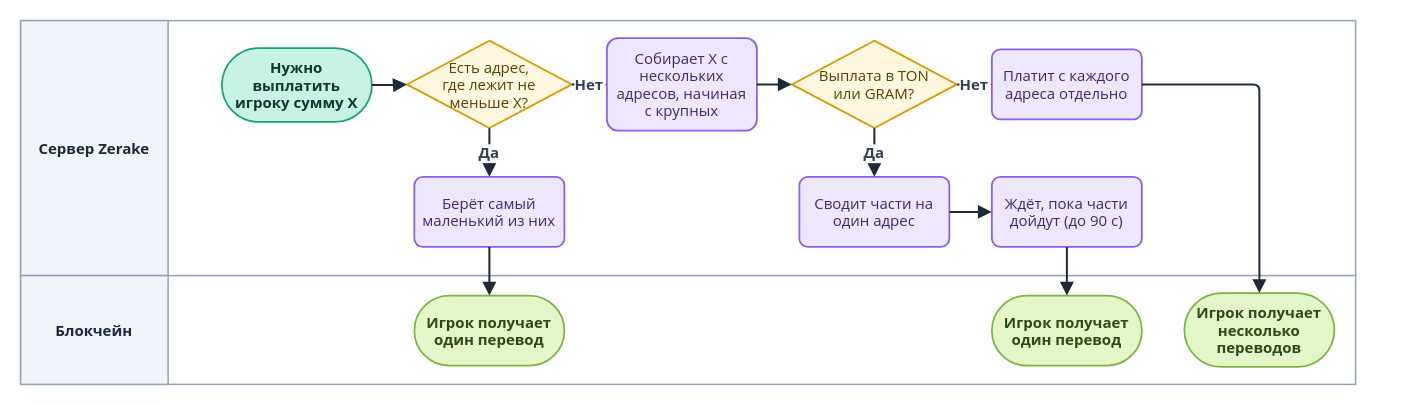
Before: diagrams/drawio/payout-sources.drawio in LILSUFFER/zerake-docs, a draw.io diagram. Source tidied: cells renumbered, new cells numbered last; positions are measured from the earlier drawing's top-left corner, leaving out a move shared by most shapes. Both pictures are drawn from the tidied source at 125%, with x=0, y=0 at pixel (20, 20).
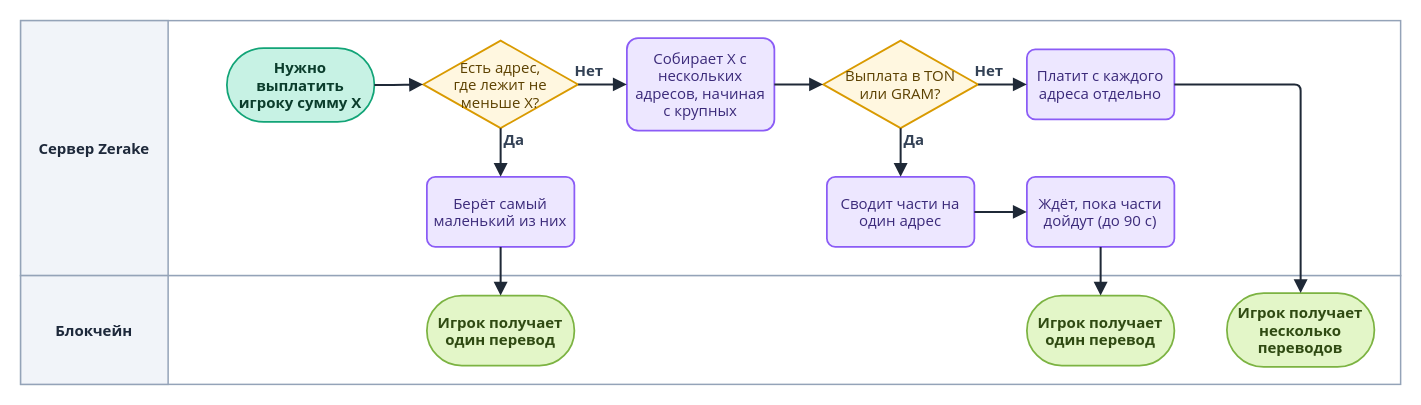
The same diagram, later.

What changed in the source:
```diff
@@
     <mxCell id="2" style="rounded=0;html=0;fillColor=#FFFFFF;strokeColor=#94A3B8;strokeWidth=1.2;" parent="1" vertex="1">
-      <mxGeometry width="1068" height="204" as="geometry" />
+      <mxGeometry width="1104" height="204" as="geometry" />
     </mxCell>
@@
     <mxCell id="4" style="rounded=0;html=0;fillColor=#FFFFFF;strokeColor=#94A3B8;strokeWidth=1.2;" parent="1" vertex="1">
-      <mxGeometry y="204" width="1068" height="87" as="geometry" />
+      <mxGeometry y="204" width="1104" height="87" as="geometry" />
     </mxCell>
@@
     <mxCell id="6" value="Нужно&#10;выплатить&#10;игроку сумму X" style="rounded=1;arcSize=50;html=0;fontStyle=1;fillColor=#C7F2E4;strokeColor=#12A477;fontColor=#0B3D2C;fontFamily=Segoe UI;fontSize=12;strokeWidth=1.4;" parent="1" vertex="1">
-      <mxGeometry x="161" y="22" width="120" height="59" as="geometry" />
+      <mxGeometry x="165" y="22" width="118" height="59" as="geometry" />
     </mxCell>
     <mxCell id="7" value="Есть адрес,&#10;где лежит не&#10;меньше X?" style="rhombus;html=0;fillColor=#FFF7E0;strokeColor=#D99A00;fontColor=#5C4100;fontFamily=Segoe UI;fontSize=12;strokeWidth=1.4;" parent="1" vertex="1">
-      <mxGeometry x="309" y="16" width="132" height="70" as="geometry" />
+      <mxGeometry x="322" y="16" width="124" height="70" as="geometry" />
     </mxCell>
     <mxCell id="8" value="Берёт самый&#10;маленький из них" style="rounded=1;arcSize=12;html=0;fillColor=#EDE7FF;strokeColor=#8B5CF6;fontColor=#3B2A7A;fontFamily=Segoe UI;fontSize=12;strokeWidth=1.4;" parent="1" vertex="1">
-      <mxGeometry x="315" y="125" width="120" height="56" as="geometry" />
+      <mxGeometry x="325" y="125" width="118" height="56" as="geometry" />
     </mxCell>
     <mxCell id="9" value="Игрок получает&#10;один перевод" style="rounded=1;arcSize=50;html=0;fontStyle=1;fillColor=#E3F6C8;strokeColor=#7CB342;fontColor=#2F4A12;fontFamily=Segoe UI;fontSize=12;strokeWidth=1.4;" parent="1" vertex="1">
-      <mxGeometry x="315" y="220" width="120" height="56" as="geometry" />
+      <mxGeometry x="325" y="220" width="118" height="56" as="geometry" />
     </mxCell>
     <mxCell id="10" value="Собирает X с&#10;нескольких&#10;адресов, начиная&#10;с крупных" style="rounded=1;arcSize=12;html=0;fillColor=#EDE7FF;strokeColor=#8B5CF6;fontColor=#3B2A7A;fontFamily=Segoe UI;fontSize=12;strokeWidth=1.4;" parent="1" vertex="1">
-      <mxGeometry x="469" y="14" width="120" height="74" as="geometry" />
+      <mxGeometry x="485" y="14" width="118" height="74" as="geometry" />
     </mxCell>
     <mxCell id="11" value="Выплата в TON&#10;или GRAM?" style="rhombus;html=0;fillColor=#FFF7E0;strokeColor=#D99A00;fontColor=#5C4100;fontFamily=Segoe UI;fontSize=12;strokeWidth=1.4;" parent="1" vertex="1">
-      <mxGeometry x="617" y="16" width="132" height="70" as="geometry" />
+      <mxGeometry x="642" y="16" width="124" height="70" as="geometry" />
     </mxCell>
     <mxCell id="12" value="Сводит части на&#10;один адрес" style="rounded=1;arcSize=12;html=0;fillColor=#EDE7FF;strokeColor=#8B5CF6;fontColor=#3B2A7A;fontFamily=Segoe UI;fontSize=12;strokeWidth=1.4;" parent="1" vertex="1">
-      <mxGeometry x="623" y="125" width="120" height="56" as="geometry" />
+      <mxGeometry x="645" y="125" width="118" height="56" as="geometry" />
     </mxCell>
     <mxCell id="13" value="Ждёт, пока части&#10;дойдут (до 90 с)" style="rounded=1;arcSize=12;html=0;fillColor=#EDE7FF;strokeColor=#8B5CF6;fontColor=#3B2A7A;fontFamily=Segoe UI;fontSize=12;strokeWidth=1.4;" parent="1" vertex="1">
-      <mxGeometry x="777" y="125" width="120" height="56" as="geometry" />
+      <mxGeometry x="805" y="125" width="118" height="56" as="geometry" />
     </mxCell>
     <mxCell id="14" value="Игрок получает&#10;один перевод" style="rounded=1;arcSize=50;html=0;fontStyle=1;fillColor=#E3F6C8;strokeColor=#7CB342;fontColor=#2F4A12;fontFamily=Segoe UI;fontSize=12;strokeWidth=1.4;" parent="1" vertex="1">
-      <mxGeometry x="777" y="220" width="120" height="56" as="geometry" />
+      <mxGeometry x="805" y="220" width="118" height="56" as="geometry" />
     </mxCell>
     <mxCell id="15" value="Платит с каждого&#10;адреса отдельно" style="rounded=1;arcSize=12;html=0;fillColor=#EDE7FF;strokeColor=#8B5CF6;fontColor=#3B2A7A;fontFamily=Segoe UI;fontSize=12;strokeWidth=1.4;" parent="1" vertex="1">
-      <mxGeometry x="777" y="23" width="120" height="56" as="geometry" />
+      <mxGeometry x="805" y="23" width="118" height="56" as="geometry" />
     </mxCell>
     <mxCell id="16" value="Игрок получает&#10;несколько&#10;переводов" style="rounded=1;arcSize=50;html=0;fontStyle=1;fillColor=#E3F6C8;strokeColor=#7CB342;fontColor=#2F4A12;fontFamily=Segoe UI;fontSize=12;strokeWidth=1.4;" parent="1" vertex="1">
-      <mxGeometry x="931" y="218" width="120" height="59" as="geometry" />
+      <mxGeometry x="965" y="218" width="118" height="59" as="geometry" />
     </mxCell>
-    <mxCell id="17" style="edgeStyle=orthogonalEdgeStyle;rounded=1;arcSize=10;jettySize=auto;html=0;strokeColor=#1F2937;strokeWidth=1.6;endArrow=block;endFill=1;endSize=7;fontFamily=Segoe UI;fontSize=12;fontStyle=1;fontColor=#334155;labelBackgroundColor=#FFFFFF;" parent="1" edge="1" source="6" target="7">
+    <mxCell id="17" style="edgeStyle=orthogonalEdgeStyle;rounded=1;arcSize=10;jettySize=auto;html=0;strokeColor=#1F2937;strokeWidth=1.6;endArrow=block;endFill=1;endSize=7;fontFamily=Segoe UI;fontSize=12;fontStyle=1;fontColor=#334155;labelBackgroundColor=none;" parent="1" edge="1" source="6" target="7">
       <mxGeometry relative="1" as="geometry" />
     </mxCell>
-    <mxCell id="18" value="Да" style="edgeStyle=orthogonalEdgeStyle;rounded=1;arcSize=10;jettySize=auto;html=0;strokeColor=#1F2937;strokeWidth=1.6;endArrow=block;endFill=1;endSize=7;fontFamily=Segoe UI;fontSize=12;fontStyle=1;fontColor=#334155;labelBackgroundColor=#FFFFFF;" parent="1" edge="1" source="7" target="8">
-      <mxGeometry relative="1" as="geometry" />
+    <mxCell id="18" value="Да" style="edgeStyle=orthogonalEdgeStyle;rounded=1;arcSize=10;jettySize=auto;html=0;strokeColor=#1F2937;strokeWidth=1.6;endArrow=block;endFill=1;endSize=7;fontFamily=Segoe UI;fontSize=12;fontStyle=1;fontColor=#334155;labelBackgroundColor=none;" parent="1" edge="1" source="7" target="8">
+      <mxGeometry x="-0.55" y="11" relative="1" as="geometry" />
     </mxCell>
-    <mxCell id="19" style="edgeStyle=orthogonalEdgeStyle;rounded=1;arcSize=10;jettySize=auto;html=0;strokeColor=#1F2937;strokeWidth=1.6;endArrow=block;endFill=1;endSize=7;fontFamily=Segoe UI;fontSize=12;fontStyle=1;fontColor=#334155;labelBackgroundColor=#FFFFFF;" parent="1" edge="1" source="8" target="9">
+    <mxCell id="19" style="edgeStyle=orthogonalEdgeStyle;rounded=1;arcSize=10;jettySize=auto;html=0;strokeColor=#1F2937;strokeWidth=1.6;endArrow=block;endFill=1;endSize=7;fontFamily=Segoe UI;fontSize=12;fontStyle=1;fontColor=#334155;labelBackgroundColor=none;" parent="1" edge="1" source="8" target="9">
       <mxGeometry relative="1" as="geometry" />
     </mxCell>
-    <mxCell id="20" value="Нет" style="edgeStyle=orthogonalEdgeStyle;rounded=1;arcSize=10;jettySize=auto;html=0;strokeColor=#1F2937;strokeWidth=1.6;endArrow=block;endFill=1;endSize=7;fontFamily=Segoe UI;fontSize=12;fontStyle=1;fontColor=#334155;labelBackgroundColor=#FFFFFF;" parent="1" edge="1" source="7" target="10">
-      <mxGeometry relative="1" as="geometry" />
+    <mxCell id="20" value="Нет" style="edgeStyle=orthogonalEdgeStyle;rounded=1;arcSize=10;jettySize=auto;html=0;strokeColor=#1F2937;strokeWidth=1.6;endArrow=block;endFill=1;endSize=7;fontFamily=Segoe UI;fontSize=12;fontStyle=1;fontColor=#334155;labelBackgroundColor=none;" parent="1" edge="1" source="7" target="10">
+      <mxGeometry x="-0.55" y="11" relative="1" as="geometry" />
     </mxCell>
-    <mxCell id="21" style="edgeStyle=orthogonalEdgeStyle;rounded=1;arcSize=10;jettySize=auto;html=0;strokeColor=#1F2937;strokeWidth=1.6;endArrow=block;endFill=1;endSize=7;fontFamily=Segoe UI;fontSize=12;fontStyle=1;fontColor=#334155;labelBackgroundColor=#FFFFFF;" parent="1" edge="1" source="10" target="11">
+    <mxCell id="21" style="edgeStyle=orthogonalEdgeStyle;rounded=1;arcSize=10;jettySize=auto;html=0;strokeColor=#1F2937;strokeWidth=1.6;endArrow=block;endFill=1;endSize=7;fontFamily=Segoe UI;fontSize=12;fontStyle=1;fontColor=#334155;labelBackgroundColor=none;" parent="1" edge="1" source="10" target="11">
       <mxGeometry relative="1" as="geometry" />
     </mxCell>
-    <mxCell id="22" value="Да" style="edgeStyle=orthogonalEdgeStyle;rounded=1;arcSize=10;jettySize=auto;html=0;strokeColor=#1F2937;strokeWidth=1.6;endArrow=block;endFill=1;endSize=7;fontFamily=Segoe UI;fontSize=12;fontStyle=1;fontColor=#334155;labelBackgroundColor=#FFFFFF;" parent="1" edge="1" source="11" target="12">
-      <mxGeometry relative="1" as="geometry" />
+    <mxCell id="22" value="Да" style="edgeStyle=orthogonalEdgeStyle;rounded=1;arcSize=10;jettySize=auto;html=0;strokeColor=#1F2937;strokeWidth=1.6;endArrow=block;endFill=1;endSize=7;fontFamily=Segoe UI;fontSize=12;fontStyle=1;fontColor=#334155;labelBackgroundColor=none;" parent="1" edge="1" source="11" target="12">
+      <mxGeometry x="-0.55" y="11" relative="1" as="geometry" />
     </mxCell>
-    <mxCell id="23" style="edgeStyle=orthogonalEdgeStyle;rounded=1;arcSize=10;jettySize=auto;html=0;strokeColor=#1F2937;strokeWidth=1.6;endArrow=block;endFill=1;endSize=7;fontFamily=Segoe UI;fontSize=12;fontStyle=1;fontColor=#334155;labelBackgroundColor=#FFFFFF;" parent="1" edge="1" source="12" target="13">
+    <mxCell id="23" style="edgeStyle=orthogonalEdgeStyle;rounded=1;arcSize=10;jettySize=auto;html=0;strokeColor=#1F2937;strokeWidth=1.6;endArrow=block;endFill=1;endSize=7;fontFamily=Segoe UI;fontSize=12;fontStyle=1;fontColor=#334155;labelBackgroundColor=none;" parent="1" edge="1" source="12" target="13">
       <mxGeometry relative="1" as="geometry" />
     </mxCell>
-    <mxCell id="24" style="edgeStyle=orthogonalEdgeStyle;rounded=1;arcSize=10;jettySize=auto;html=0;strokeColor=#1F2937;strokeWidth=1.6;endArrow=block;endFill=1;endSize=7;fontFamily=Segoe UI;fontSize=12;fontStyle=1;fontColor=#334155;labelBackgroundColor=#FFFFFF;" parent="1" edge="1" source="13" target="14">
+    <mxCell id="24" style="edgeStyle=orthogonalEdgeStyle;rounded=1;arcSize=10;jettySize=auto;html=0;strokeColor=#1F2937;strokeWidth=1.6;endArrow=block;endFill=1;endSize=7;fontFamily=Segoe UI;fontSize=12;fontStyle=1;fontColor=#334155;labelBackgroundColor=none;" parent="1" edge="1" source="13" target="14">
       <mxGeometry relative="1" as="geometry" />
     </mxCell>
-    <mxCell id="25" value="Нет" style="edgeStyle=orthogonalEdgeStyle;rounded=1;arcSize=10;jettySize=auto;html=0;strokeColor=#1F2937;strokeWidth=1.6;endArrow=block;endFill=1;endSize=7;fontFamily=Segoe UI;fontSize=12;fontStyle=1;fontColor=#334155;labelBackgroundColor=#FFFFFF;" parent="1" edge="1" source="11" target="15">
-      <mxGeometry relative="1" as="geometry" />
+    <mxCell id="25" value="Нет" style="edgeStyle=orthogonalEdgeStyle;rounded=1;arcSize=10;jettySize=auto;html=0;strokeColor=#1F2937;strokeWidth=1.6;endArrow=block;endFill=1;endSize=7;fontFamily=Segoe UI;fontSize=12;fontStyle=1;fontColor=#334155;labelBackgroundColor=none;" parent="1" edge="1" source="11" target="15">
+      <mxGeometry x="-0.55" y="11" relative="1" as="geometry" />
     </mxCell>
-    <mxCell id="26" style="edgeStyle=orthogonalEdgeStyle;rounded=1;arcSize=10;jettySize=auto;html=0;strokeColor=#1F2937;strokeWidth=1.6;endArrow=block;endFill=1;endSize=7;fontFamily=Segoe UI;fontSize=12;fontStyle=1;fontColor=#334155;labelBackgroundColor=#FFFFFF;exitX=1;exitY=0.5;entryX=0.5;entryY=0;" parent="1" edge="1" source="15" target="16">
+    <mxCell id="26" style="edgeStyle=orthogonalEdgeStyle;rounded=1;arcSize=10;jettySize=auto;html=0;strokeColor=#1F2937;strokeWidth=1.6;endArrow=block;endFill=1;endSize=7;fontFamily=Segoe UI;fontSize=12;fontStyle=1;fontColor=#334155;labelBackgroundColor=none;exitX=1;exitY=0.5;entryX=0.5;entryY=0;" parent="1" edge="1" source="15" target="16">
       <mxGeometry relative="1" as="geometry" />
     </mxCell>
```
